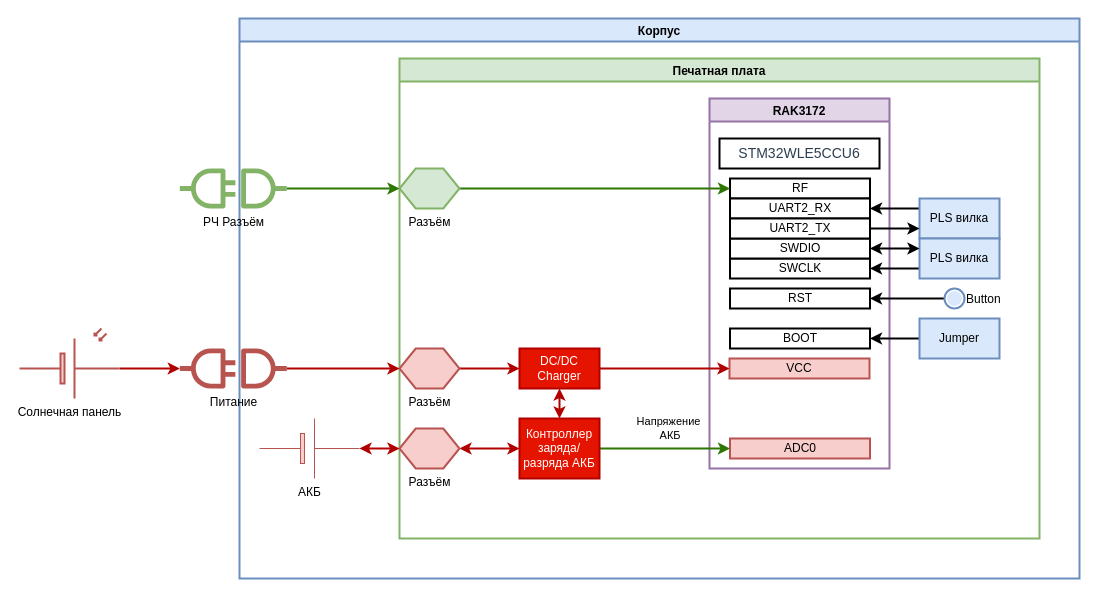
Before: doc/Repeater/Структурная схема Peggy Repeater.drawio in Kvenecusghost/Peggy, a draw.io diagram. Source tidied: cells renumbered, new cells numbered last; positions are measured from the earlier drawing's top-left corner, leaving out a move shared by most shapes. Both pictures are drawn from the tidied source at 100%, with x=0, y=0 at pixel (19, 18).
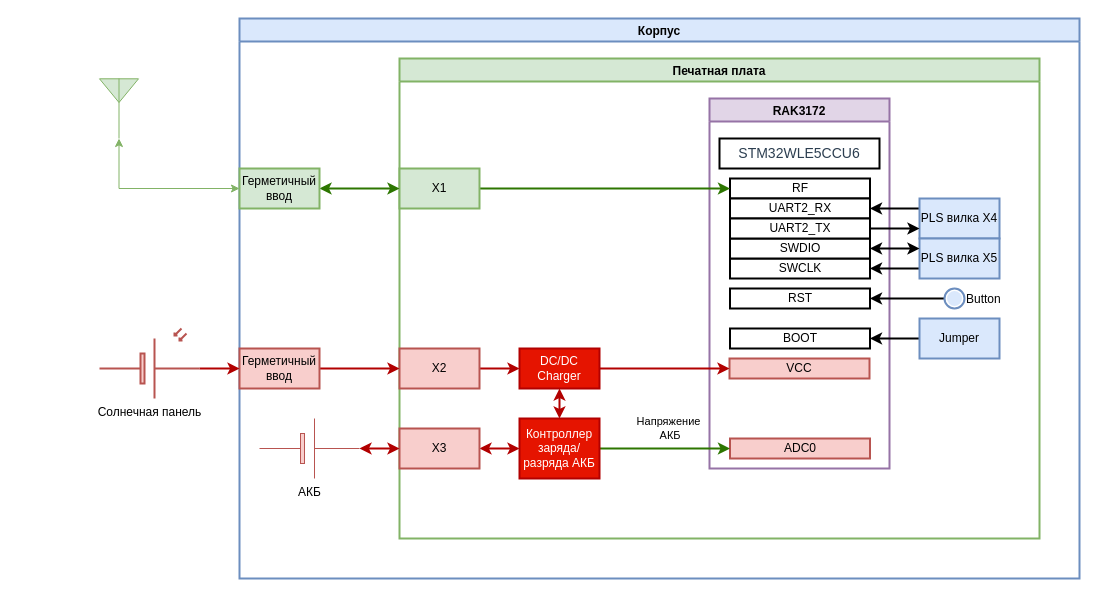
The same page after the edit.

Commit message (it also covers changes not shown here):
Дополнил структурную схему Peggy Repeater

Unchanged cells that the change refers to:
```xml
<mxCell id="2" value="Корпус" style="swimlane;fillColor=#dae8fc;strokeColor=#6c8ebf;strokeWidth=2;" parent="1" vertex="1">
  <mxGeometry x="220" width="840" height="560" as="geometry" />
</mxCell>
<mxCell id="3" value="Печатная плата" style="swimlane;fillColor=#d5e8d4;strokeColor=#82b366;strokeWidth=2;" parent="2" vertex="1">
  <mxGeometry x="160" y="40" width="640" height="480" as="geometry" />
</mxCell>
<mxCell id="5" value="RF" style="rounded=0;whiteSpace=wrap;html=1;strokeWidth=2;" parent="4" vertex="1">
  <mxGeometry x="20.5" y="80" width="140" height="20" as="geometry" />
</mxCell>
<mxCell id="22" value="DC/DC&lt;br&gt;Charger" style="rounded=0;whiteSpace=wrap;html=1;fillColor=#e51400;fontColor=#ffffff;strokeColor=#B20000;strokeWidth=2;" parent="3" vertex="1">
  <mxGeometry x="120" y="290" width="80" height="40" as="geometry" />
</mxCell>
<mxCell id="33" value="Контроллер заряда/разряда АКБ" style="rounded=0;whiteSpace=wrap;html=1;labelBackgroundColor=none;strokeWidth=2;fillColor=#e51400;fontColor=#ffffff;strokeColor=#B20000;labelBorderColor=none;" parent="3" vertex="1">
  <mxGeometry x="120" y="360" width="80" height="60" as="geometry" />
</mxCell>
<mxCell id="40" value="АКБ" style="verticalLabelPosition=bottom;shadow=0;dashed=0;align=center;fillColor=#f8cecc;html=1;verticalAlign=top;strokeWidth=1;shape=mxgraph.electrical.miscellaneous.monocell_battery;labelBackgroundColor=none;strokeColor=#b85450;" parent="2" vertex="1">
  <mxGeometry x="20" y="400" width="100" height="60" as="geometry" />
</mxCell>
```

What changed in the source:
```diff
@@
-    <mxCell id="16" value="PLS вилка" style="rounded=0;whiteSpace=wrap;html=1;strokeWidth=2;fillColor=#dae8fc;strokeColor=#6c8ebf;" parent="3" vertex="1">
+    <mxCell id="16" value="PLS вилка X4" style="rounded=0;whiteSpace=wrap;html=1;strokeWidth=2;fillColor=#dae8fc;strokeColor=#6c8ebf;" parent="3" vertex="1">
       <mxGeometry x="520" y="140" width="80" height="40" as="geometry" />
     </mxCell>
@@
-    <mxCell id="19" value="PLS вилка" style="rounded=0;whiteSpace=wrap;html=1;strokeWidth=2;fillColor=#dae8fc;strokeColor=#6c8ebf;" parent="3" vertex="1">
+    <mxCell id="19" value="PLS вилка X5" style="rounded=0;whiteSpace=wrap;html=1;strokeWidth=2;fillColor=#dae8fc;strokeColor=#6c8ebf;" parent="3" vertex="1">
       <mxGeometry x="520" y="180" width="80" height="40" as="geometry" />
     </mxCell>
@@
-    <mxCell id="27" style="edgeStyle=orthogonalEdgeStyle;rounded=0;jettySize=auto;html=1;startArrow=none;startFill=0;strokeWidth=2;exitX=1;exitY=0.5;exitDx=0;exitDy=0;fillColor=#60a917;strokeColor=#2D7600;" parent="3" edge="1" source="28" target="5">
+    <mxCell id="27" style="edgeStyle=orthogonalEdgeStyle;rounded=0;jettySize=auto;html=1;startArrow=none;startFill=0;strokeWidth=2;exitX=1;exitY=0.5;exitDx=0;exitDy=0;fillColor=#60a917;strokeColor=#2D7600;" parent="3" edge="1" source="44" target="5">
       <mxGeometry relative="1" as="geometry" />
     </mxCell>
-    <mxCell id="28" value="Разъём" style="verticalLabelPosition=bottom;verticalAlign=top;html=1;shape=hexagon;perimeter=hexagonPerimeter2;arcSize=6;size=0.27;labelBackgroundColor=none;strokeWidth=2;fillColor=#d5e8d4;strokeColor=#82b366;" parent="3" vertex="1">
-      <mxGeometry y="110" width="60" height="40" as="geometry" />
-    </mxCell>
-    <mxCell id="29" style="edgeStyle=orthogonalEdgeStyle;rounded=0;jettySize=auto;html=1;exitX=1;exitY=0.5;exitDx=0;exitDy=0;entryX=0;entryY=0.5;entryDx=0;entryDy=0;startArrow=none;startFill=0;strokeWidth=2;fillColor=#e51400;strokeColor=#B20000;" parent="3" edge="1" source="30" target="22">
+    <mxCell id="29" style="edgeStyle=orthogonalEdgeStyle;rounded=0;jettySize=auto;html=1;exitX=1;exitY=0.5;exitDx=0;exitDy=0;entryX=0;entryY=0.5;entryDx=0;entryDy=0;startArrow=none;startFill=0;strokeWidth=2;fillColor=#e51400;strokeColor=#B20000;" parent="3" edge="1" source="45" target="22">
       <mxGeometry relative="1" as="geometry" />
     </mxCell>
-    <mxCell id="30" value="Разъём" style="verticalLabelPosition=bottom;verticalAlign=top;html=1;shape=hexagon;perimeter=hexagonPerimeter2;arcSize=6;size=0.27;labelBackgroundColor=none;strokeWidth=2;fillColor=#f8cecc;strokeColor=#b85450;" parent="3" vertex="1">
-      <mxGeometry y="290" width="60" height="40" as="geometry" />
-    </mxCell>
-    <mxCell id="31" style="edgeStyle=orthogonalEdgeStyle;rounded=0;jettySize=auto;html=1;exitX=0;exitY=0.5;exitDx=0;exitDy=0;entryX=1;entryY=0.5;entryDx=0;entryDy=0;startArrow=classic;startFill=1;strokeWidth=2;fillColor=#e51400;strokeColor=#B20000;" parent="3" edge="1" source="33" target="35">
+    <mxCell id="31" style="edgeStyle=orthogonalEdgeStyle;rounded=0;jettySize=auto;html=1;exitX=0;exitY=0.5;exitDx=0;exitDy=0;startArrow=classic;startFill=1;strokeWidth=2;fillColor=#e51400;strokeColor=#B20000;entryX=1;entryY=0.5;entryDx=0;entryDy=0;" parent="3" edge="1" source="33" target="46">
       <mxGeometry relative="1" as="geometry" />
     </mxCell>
@@
-    <mxCell id="35" value="Разъём" style="verticalLabelPosition=bottom;verticalAlign=top;html=1;shape=hexagon;perimeter=hexagonPerimeter2;arcSize=6;size=0.27;labelBackgroundColor=none;strokeWidth=2;fillColor=#f8cecc;strokeColor=#b85450;" parent="3" vertex="1">
-      <mxGeometry y="370" width="60" height="40" as="geometry" />
-    </mxCell>
+    <mxCell id="44" value="X1" style="rounded=0;whiteSpace=wrap;html=1;strokeWidth=2;fillColor=#d5e8d4;strokeColor=#82b366;" parent="3" vertex="1">
+      <mxGeometry y="110" width="80" height="40" as="geometry" />
+    </mxCell>
+    <mxCell id="45" value="X2" style="rounded=0;whiteSpace=wrap;html=1;strokeWidth=2;fillColor=#f8cecc;strokeColor=#b85450;" parent="3" vertex="1">
+      <mxGeometry y="290" width="80" height="40" as="geometry" />
+    </mxCell>
+    <mxCell id="46" value="X3" style="rounded=0;whiteSpace=wrap;html=1;strokeWidth=2;fillColor=#f8cecc;strokeColor=#b85450;" parent="3" vertex="1">
+      <mxGeometry y="370" width="80" height="40" as="geometry" />
+    </mxCell>
-    <mxCell id="36" style="edgeStyle=orthogonalEdgeStyle;rounded=0;jettySize=auto;html=1;startArrow=none;startFill=0;strokeWidth=2;fillColor=#60a917;strokeColor=#2D7600;" parent="2" edge="1" source="37" target="28">
+    <mxCell id="36" style="edgeStyle=orthogonalEdgeStyle;rounded=0;jettySize=auto;html=1;startArrow=classic;startFill=1;strokeWidth=2;fillColor=#60a917;strokeColor=#2D7600;exitX=1;exitY=0.5;exitDx=0;exitDy=0;" parent="2" edge="1" source="47" target="44">
       <mxGeometry relative="1" as="geometry" />
     </mxCell>
-    <mxCell id="37" value="РЧ Разъём" style="sketch=0;outlineConnect=0;fillColor=#82B366;strokeColor=#82B366;dashed=0;verticalLabelPosition=bottom;verticalAlign=top;align=center;html=1;fontSize=12;fontStyle=0;shape=mxgraph.aws4.connector;strokeWidth=2;" parent="2" vertex="1">
-      <mxGeometry x="-60" y="150" width="107.6" height="40" as="geometry" />
-    </mxCell>
-    <mxCell id="38" style="edgeStyle=orthogonalEdgeStyle;rounded=0;jettySize=auto;html=1;entryX=0;entryY=0.5;entryDx=0;entryDy=0;startArrow=none;startFill=0;strokeWidth=2;fillColor=#e51400;strokeColor=#B20000;" parent="2" edge="1" source="39" target="30">
+    <mxCell id="38" style="edgeStyle=orthogonalEdgeStyle;rounded=0;jettySize=auto;html=1;startArrow=none;startFill=0;strokeWidth=2;fillColor=#e51400;strokeColor=#B20000;exitX=1;exitY=0.5;exitDx=0;exitDy=0;" parent="2" edge="1" source="48" target="45">
       <mxGeometry relative="1" as="geometry" />
     </mxCell>
-    <mxCell id="39" value="&lt;span style=&quot;&quot;&gt;Питание&lt;/span&gt;" style="sketch=0;outlineConnect=0;fillColor=#B85450;strokeColor=#B85450;dashed=0;verticalLabelPosition=bottom;verticalAlign=top;align=center;html=1;fontSize=12;fontStyle=0;shape=mxgraph.aws4.connector;strokeWidth=2;labelBackgroundColor=none;" parent="2" vertex="1">
-      <mxGeometry x="-60" y="330" width="107.6" height="40" as="geometry" />
-    </mxCell>
@@
-    <mxCell id="41" style="edgeStyle=orthogonalEdgeStyle;rounded=0;jettySize=auto;html=1;exitX=0;exitY=0.5;exitDx=0;exitDy=0;entryX=1;entryY=0.5;entryDx=0;entryDy=0;entryPerimeter=0;startArrow=classic;startFill=1;strokeWidth=2;fillColor=#e51400;strokeColor=#B20000;" parent="2" edge="1" source="35" target="40">
+    <mxCell id="41" style="edgeStyle=orthogonalEdgeStyle;rounded=0;jettySize=auto;html=1;entryX=1;entryY=0.5;entryDx=0;entryDy=0;entryPerimeter=0;startArrow=classic;startFill=1;strokeWidth=2;fillColor=#e51400;strokeColor=#B20000;" parent="2" edge="1" source="46" target="40">
       <mxGeometry relative="1" as="geometry" />
     </mxCell>
+    <mxCell id="47" value="Герметичный ввод" style="rounded=0;whiteSpace=wrap;html=1;strokeWidth=2;fillColor=#d5e8d4;strokeColor=#82b366;" parent="2" vertex="1">
+      <mxGeometry y="150" width="80" height="40" as="geometry" />
+    </mxCell>
+    <mxCell id="48" value="Герметичный ввод" style="rounded=0;whiteSpace=wrap;html=1;strokeWidth=2;fillColor=#f8cecc;strokeColor=#b85450;" parent="2" vertex="1">
+      <mxGeometry y="330" width="80" height="40" as="geometry" />
+    </mxCell>
-    <mxCell id="42" style="edgeStyle=orthogonalEdgeStyle;rounded=0;jettySize=auto;html=1;exitX=1;exitY=0.57;exitDx=0;exitDy=0;exitPerimeter=0;startArrow=none;startFill=0;strokeWidth=2;fillColor=#e51400;strokeColor=#B20000;" parent="1" edge="1" source="43" target="39">
+    <mxCell id="42" style="edgeStyle=orthogonalEdgeStyle;rounded=0;jettySize=auto;html=1;exitX=1;exitY=0.57;exitDx=0;exitDy=0;exitPerimeter=0;startArrow=none;startFill=0;strokeWidth=2;fillColor=#e51400;strokeColor=#B20000;entryX=0;entryY=0.5;entryDx=0;entryDy=0;" parent="1" edge="1" source="43" target="48">
       <mxGeometry relative="1" as="geometry" />
     </mxCell>
     <mxCell id="43" value="&lt;span style=&quot;&quot;&gt;Солнечная панель&lt;/span&gt;" style="verticalLabelPosition=bottom;shadow=0;dashed=0;align=center;html=1;verticalAlign=top;shape=mxgraph.electrical.opto_electronics.solar_cell;labelBackgroundColor=none;strokeWidth=2;fillColor=#f8cecc;strokeColor=#b85450;" parent="1" vertex="1">
-      <mxGeometry y="310" width="100" height="70" as="geometry" />
+      <mxGeometry x="80" y="310" width="100" height="70" as="geometry" />
     </mxCell>
+    <mxCell id="49" style="verticalLabelPosition=bottom;shadow=0;dashed=0;align=center;html=1;verticalAlign=top;shape=mxgraph.electrical.radio.aerial_-_antenna_2;fillColor=#d5e8d4;strokeColor=#82b366;" parent="1" vertex="1">
+      <mxGeometry x="80" y="60" width="39" height="60" as="geometry" />
+    </mxCell>
+    <mxCell id="50" style="edgeStyle=orthogonalEdgeStyle;rounded=0;jettySize=auto;html=1;entryX=0.5;entryY=1;entryDx=0;entryDy=0;entryPerimeter=0;fillColor=#d5e8d4;strokeColor=#82b366;startArrow=classic;startFill=1;exitX=0;exitY=0.5;exitDx=0;exitDy=0;" parent="1" edge="1" source="47" target="49">
+      <mxGeometry relative="1" as="geometry" />
+    </mxCell>
```
